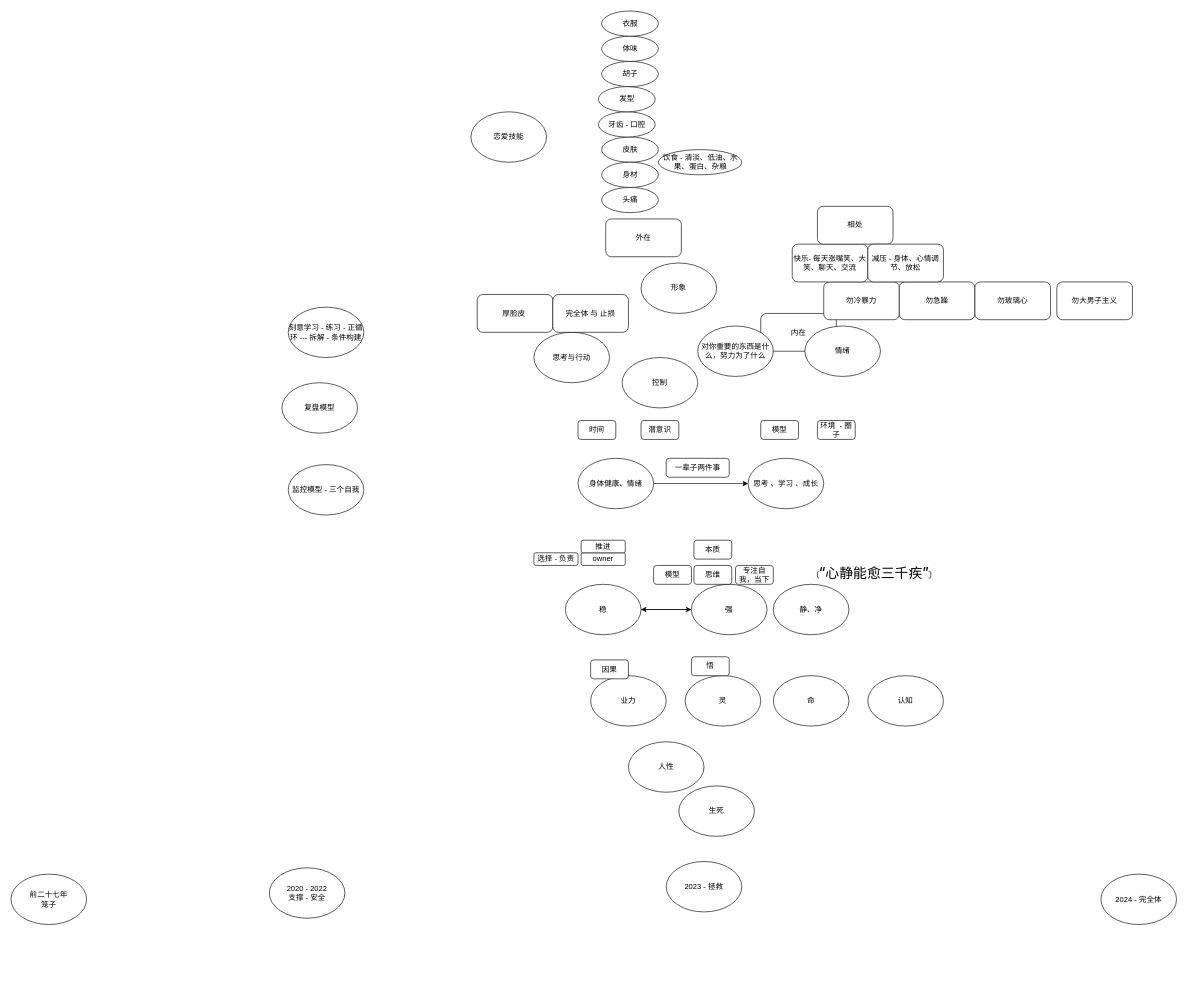
The draw.io diagram menus/第四代模型.drawio in Asamiyaa/microservice-k8s-yun, before the edit. Source tidied: cells renumbered, new cells numbered last; positions are measured from the earlier drawing's top-left corner, leaving out a move shared by most shapes. Both pictures are drawn from the tidied source at 63%, with x=0, y=0 at pixel (11, 11).
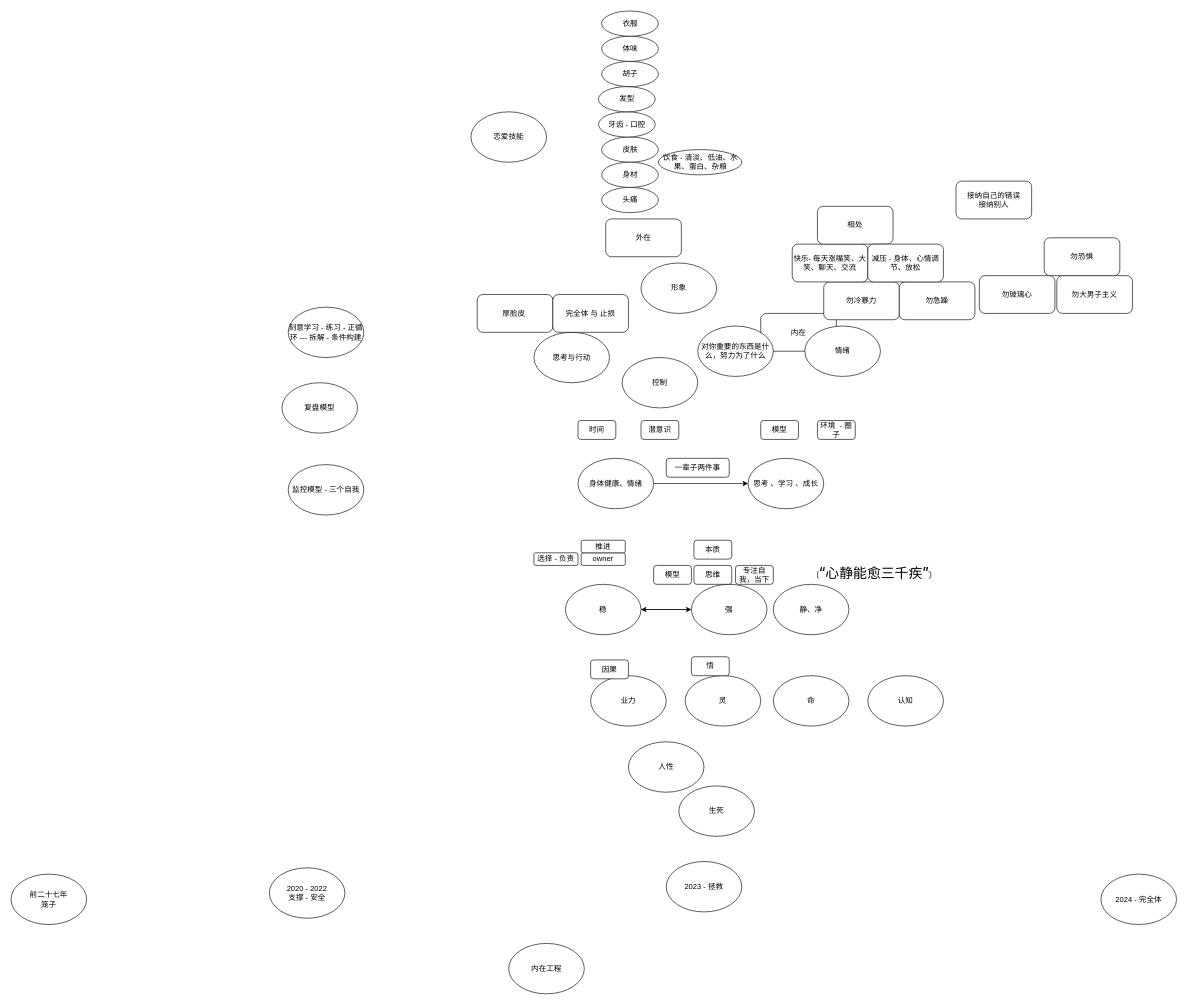
The same diagram, later.

Commit message:
更新第四代模型.drawio

Diff of the diagram source:
```diff
@@
     <mxCell id="34" value="勿玻璃心" style="rounded=1;whiteSpace=wrap;html=1;" parent="1" vertex="1">
-      <mxGeometry x="1530" y="430" width="120" height="60" as="geometry" />
+      <mxGeometry x="1537" y="420" width="120" height="60" as="geometry" />
     </mxCell>
     <mxCell id="35" value="勿大男子主义" style="rounded=1;whiteSpace=wrap;html=1;" parent="1" vertex="1">
-      <mxGeometry x="1660" y="430" width="120" height="60" as="geometry" />
+      <mxGeometry x="1660" y="420" width="120" height="60" as="geometry" />
     </mxCell>
@@
+    <mxCell id="64" value="内在工程" style="ellipse;whiteSpace=wrap;html=1;" parent="1" vertex="1">
+      <mxGeometry x="790" y="1480" width="120" height="80" as="geometry" />
+    </mxCell>
+    <mxCell id="65" value="勿恐惧" style="rounded=1;whiteSpace=wrap;html=1;" parent="1" vertex="1">
+      <mxGeometry x="1640" y="360" width="120" height="60" as="geometry" />
+    </mxCell>
+    <mxCell id="66" value="接纳自己的错误&lt;br&gt;接纳别人" style="rounded=1;whiteSpace=wrap;html=1;" parent="1" vertex="1">
+      <mxGeometry x="1500" y="270" width="120" height="60" as="geometry" />
+    </mxCell>
```
